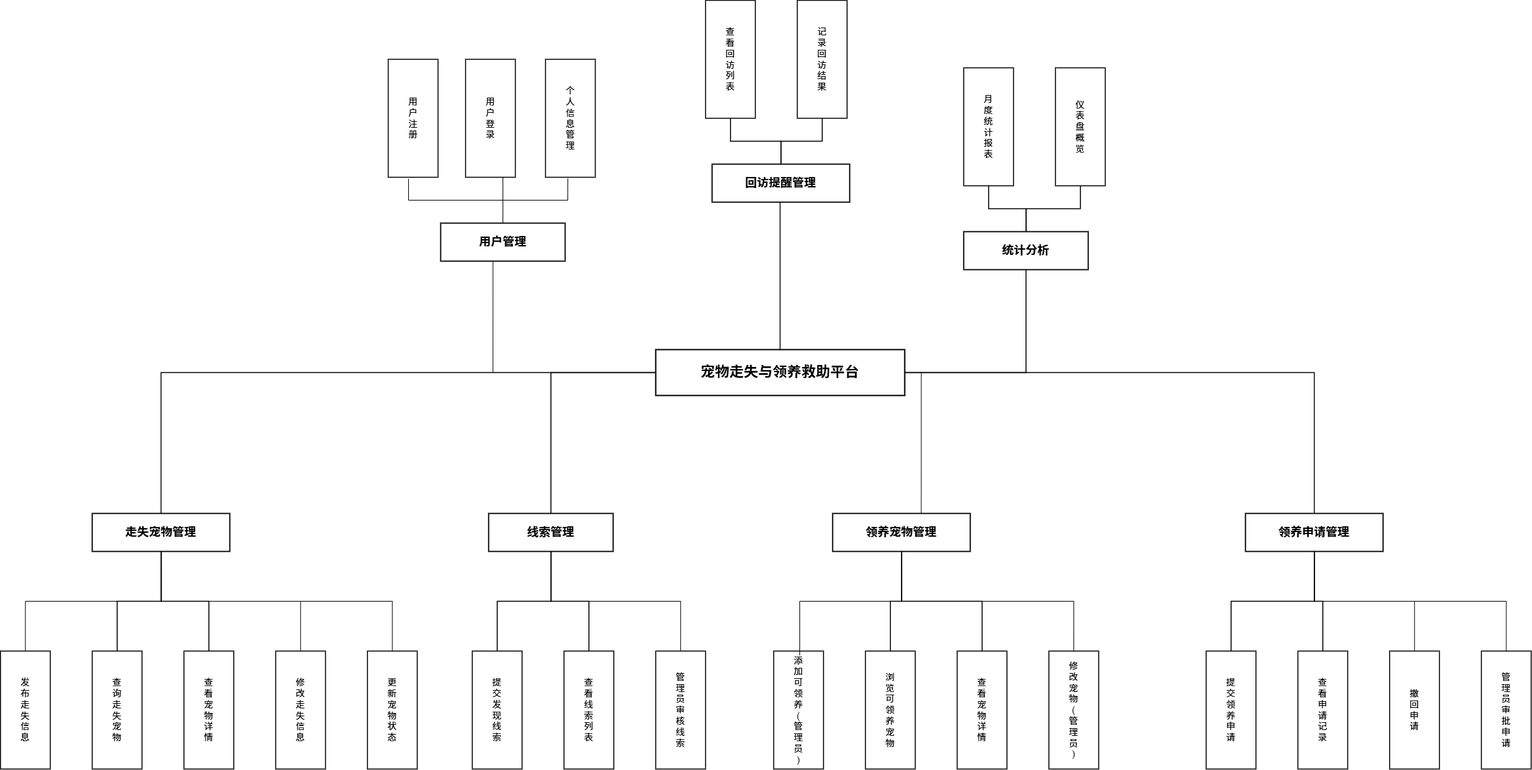
A-Words/pet-rescue-platform keeps this draw.io diagram as docs/images/fig1-3-functional-module-structure.drawio.png. Above is the earlier version. Source tidied: cells renumbered, new cells last; positions are measured from the earlier drawing's top-left corner, leaving out a move shared by most shapes.
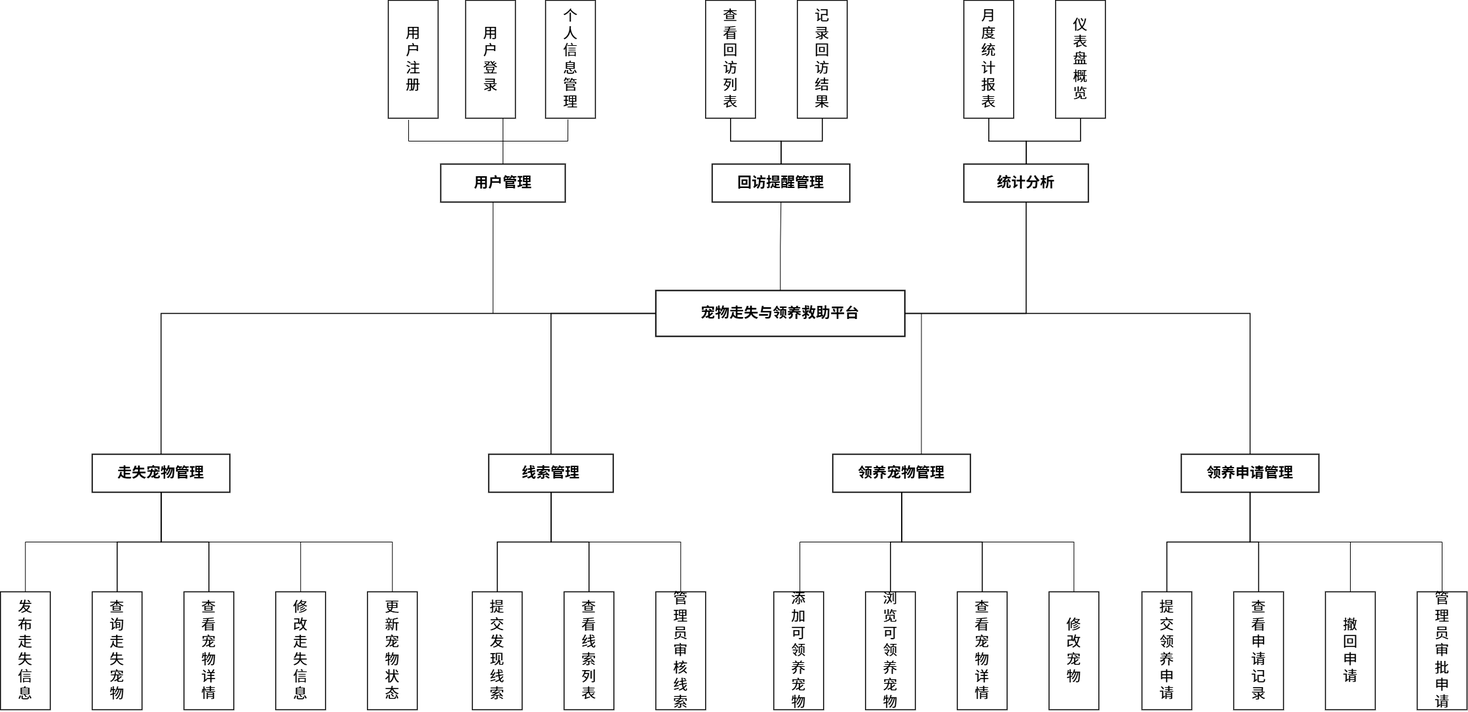
The same file after the commit.

Change to the diagram source:
```diff
@@ -4,2 +4,5 @@
     <mxCell id="1" parent="0" />
+    <mxCell id="63" style="edgeStyle=orthogonalEdgeStyle;rounded=0;jettySize=auto;html=1;exitX=0.5;exitY=0;exitDx=0;exitDy=0;entryX=0.5;entryY=1;entryDx=0;entryDy=0;endArrow=none;endFill=0;" parent="1" edge="1" source="2" target="5">
+      <mxGeometry relative="1" as="geometry" />
+    </mxCell>
     <mxCell id="2" value="宠物走失与领养救助平台" style="rounded=0;whiteSpace=wrap;html=1;fillColor=none;strokeColor=#000000;strokeWidth=2;fontColor=#000000;fontSize=22;fontStyle=1;" parent="1" vertex="1">
@@ -10,10 +13,10 @@
     </mxCell>
-    <mxCell id="4" value="用户管理" style="rounded=0;whiteSpace=wrap;html=1;fillColor=none;strokeColor=#000000;strokeWidth=1.8;fontColor=#000000;fontSize=18;fontStyle=1;" parent="1" vertex="1">
+    <mxCell id="4" value="&lt;font style=&quot;font-size: 22px;&quot;&gt;用户管理&lt;/font&gt;" style="rounded=0;whiteSpace=wrap;html=1;fillColor=none;strokeColor=#000000;strokeWidth=1.8;fontColor=#000000;fontSize=18;fontStyle=1;" parent="1" vertex="1">
       <mxGeometry x="672" y="340" width="190" height="58" as="geometry" />
     </mxCell>
-    <mxCell id="5" value="回访提醒管理" style="rounded=0;whiteSpace=wrap;html=1;fillColor=none;strokeColor=#000000;strokeWidth=1.8;fontColor=#000000;fontSize=18;fontStyle=1;" parent="1" vertex="1">
-      <mxGeometry x="1086.2" y="250" width="210" height="58" as="geometry" />
+    <mxCell id="5" value="&lt;font style=&quot;font-size: 22px;&quot;&gt;回访提醒管理&lt;/font&gt;" style="rounded=0;whiteSpace=wrap;html=1;fillColor=none;strokeColor=#000000;strokeWidth=1.8;fontColor=#000000;fontSize=18;fontStyle=1;" parent="1" vertex="1">
+      <mxGeometry x="1086.2" y="340" width="210" height="58" as="geometry" />
     </mxCell>
-    <mxCell id="6" value="统计分析" style="rounded=0;whiteSpace=wrap;html=1;fillColor=none;strokeColor=#000000;strokeWidth=1.8;fontColor=#000000;fontSize=18;fontStyle=1;" parent="1" vertex="1">
-      <mxGeometry x="1470.2" y="353" width="190" height="58" as="geometry" />
+    <mxCell id="6" value="&lt;font style=&quot;font-size: 22px;&quot;&gt;统计分析&lt;/font&gt;" style="rounded=0;whiteSpace=wrap;html=1;fillColor=none;strokeColor=#000000;strokeWidth=1.8;fontColor=#000000;fontSize=18;fontStyle=1;" parent="1" vertex="1">
+      <mxGeometry x="1470.2" y="340" width="190" height="58" as="geometry" />
     </mxCell>
@@ -28,3 +31,3 @@
     </mxCell>
-    <mxCell id="10" value="走失宠物管理" style="rounded=0;whiteSpace=wrap;html=1;fillColor=none;strokeColor=#000000;strokeWidth=1.8;fontColor=#000000;fontSize=18;fontStyle=1;" parent="1" vertex="1">
+    <mxCell id="10" value="&lt;font style=&quot;font-size: 22px;&quot;&gt;走失宠物管理&lt;/font&gt;" style="rounded=0;whiteSpace=wrap;html=1;fillColor=none;strokeColor=#000000;strokeWidth=1.8;fontColor=#000000;fontSize=18;fontStyle=1;" parent="1" vertex="1">
       <mxGeometry x="140.2" y="783" width="210" height="58" as="geometry" />
@@ -34,3 +37,3 @@
     </mxCell>
-    <mxCell id="12" value="线索管理" style="rounded=0;whiteSpace=wrap;html=1;fillColor=none;strokeColor=#000000;strokeWidth=1.8;fontColor=#000000;fontSize=18;fontStyle=1;" parent="1" vertex="1">
+    <mxCell id="12" value="&lt;font style=&quot;font-size: 22px;&quot;&gt;线索管理&lt;/font&gt;" style="rounded=0;whiteSpace=wrap;html=1;fillColor=none;strokeColor=#000000;strokeWidth=1.8;fontColor=#000000;fontSize=18;fontStyle=1;" parent="1" vertex="1">
       <mxGeometry x="745.2" y="783" width="190" height="58" as="geometry" />
@@ -40,3 +43,3 @@
     </mxCell>
-    <mxCell id="14" value="领养宠物管理" style="rounded=0;whiteSpace=wrap;html=1;fillColor=none;strokeColor=#000000;strokeWidth=1.8;fontColor=#000000;fontSize=18;fontStyle=1;" parent="1" vertex="1">
+    <mxCell id="14" value="&lt;font style=&quot;font-size: 22px;&quot;&gt;领养宠物管理&lt;/font&gt;" style="rounded=0;whiteSpace=wrap;html=1;fillColor=none;strokeColor=#000000;strokeWidth=1.8;fontColor=#000000;fontSize=18;fontStyle=1;" parent="1" vertex="1">
       <mxGeometry x="1270.2" y="783" width="210" height="58" as="geometry" />
@@ -49,73 +52,73 @@
     </mxCell>
-    <mxCell id="17" value="领养申请管理" style="rounded=0;whiteSpace=wrap;html=1;fillColor=none;strokeColor=#000000;strokeWidth=1.8;fontColor=#000000;fontSize=18;fontStyle=1;" parent="1" vertex="1">
-      <mxGeometry x="1900.2" y="783" width="210" height="58" as="geometry" />
+    <mxCell id="17" value="&lt;font style=&quot;font-size: 22px;&quot;&gt;领养申请管理&lt;/font&gt;" style="rounded=0;whiteSpace=wrap;html=1;fillColor=none;strokeColor=#000000;strokeWidth=1.8;fontColor=#000000;fontSize=18;fontStyle=1;" parent="1" vertex="1">
+      <mxGeometry x="1802" y="783" width="210" height="58" as="geometry" />
     </mxCell>
-    <mxCell id="18" value="用&lt;br/&gt;户&lt;br/&gt;注&lt;br/&gt;册" style="rounded=0;whiteSpace=wrap;html=1;fillColor=none;strokeColor=#000000;strokeWidth=1.5;fontColor=#000000;fontSize=14;" parent="1" vertex="1">
+    <mxCell id="18" value="&lt;font style=&quot;font-size: 22px;&quot;&gt;用&lt;br&gt;户&lt;br&gt;注&lt;br&gt;册&lt;/font&gt;" style="rounded=0;whiteSpace=wrap;html=1;fillColor=none;strokeColor=#000000;strokeWidth=1.5;fontColor=#000000;fontSize=14;" parent="1" vertex="1">
       <mxGeometry x="592" y="90" width="76" height="180" as="geometry" />
     </mxCell>
-    <mxCell id="19" value="用&lt;br/&gt;户&lt;br/&gt;登&lt;br/&gt;录" style="rounded=0;whiteSpace=wrap;html=1;fillColor=none;strokeColor=#000000;strokeWidth=1.5;fontColor=#000000;fontSize=14;" parent="1" vertex="1">
+    <mxCell id="19" value="&lt;font style=&quot;font-size: 22px;&quot;&gt;用&lt;br&gt;户&lt;br&gt;登&lt;br&gt;录&lt;/font&gt;" style="rounded=0;whiteSpace=wrap;html=1;fillColor=none;strokeColor=#000000;strokeWidth=1.5;fontColor=#000000;fontSize=14;" parent="1" vertex="1">
       <mxGeometry x="710" y="90" width="76" height="180" as="geometry" />
     </mxCell>
-    <mxCell id="20" value="个&lt;br/&gt;人&lt;br/&gt;信&lt;br/&gt;息&lt;br/&gt;管&lt;br/&gt;理" style="rounded=0;whiteSpace=wrap;html=1;fillColor=none;strokeColor=#000000;strokeWidth=1.5;fontColor=#000000;fontSize=14;" parent="1" vertex="1">
+    <mxCell id="20" value="&lt;font style=&quot;font-size: 22px;&quot;&gt;个&lt;br&gt;人&lt;br&gt;信&lt;br&gt;息&lt;br&gt;管&lt;br&gt;理&lt;/font&gt;" style="rounded=0;whiteSpace=wrap;html=1;fillColor=none;strokeColor=#000000;strokeWidth=1.5;fontColor=#000000;fontSize=14;" parent="1" vertex="1">
       <mxGeometry x="832" y="90" width="76" height="180" as="geometry" />
     </mxCell>
-    <mxCell id="21" value="查&lt;br/&gt;看&lt;br/&gt;回&lt;br/&gt;访&lt;br/&gt;列&lt;br/&gt;表" style="rounded=0;whiteSpace=wrap;html=1;fillColor=none;strokeColor=#000000;strokeWidth=1.5;fontColor=#000000;fontSize=14;" parent="1" vertex="1">
-      <mxGeometry x="1076.2" width="76" height="180" as="geometry" />
+    <mxCell id="21" value="&lt;font style=&quot;font-size: 22px;&quot;&gt;查&lt;br&gt;看&lt;br&gt;回&lt;br&gt;访&lt;br&gt;列&lt;br&gt;表&lt;/font&gt;" style="rounded=0;whiteSpace=wrap;html=1;fillColor=none;strokeColor=#000000;strokeWidth=1.5;fontColor=#000000;fontSize=14;" parent="1" vertex="1">
+      <mxGeometry x="1076.2" y="90" width="76" height="180" as="geometry" />
     </mxCell>
-    <mxCell id="22" value="记&lt;br/&gt;录&lt;br/&gt;回&lt;br/&gt;访&lt;br/&gt;结&lt;br/&gt;果" style="rounded=0;whiteSpace=wrap;html=1;fillColor=none;strokeColor=#000000;strokeWidth=1.5;fontColor=#000000;fontSize=14;" parent="1" vertex="1">
-      <mxGeometry x="1216.2" width="76" height="180" as="geometry" />
+    <mxCell id="22" value="&lt;font style=&quot;font-size: 22px;&quot;&gt;记&lt;br&gt;录&lt;br&gt;回&lt;br&gt;访&lt;br&gt;结&lt;br&gt;果&lt;/font&gt;" style="rounded=0;whiteSpace=wrap;html=1;fillColor=none;strokeColor=#000000;strokeWidth=1.5;fontColor=#000000;fontSize=14;" parent="1" vertex="1">
+      <mxGeometry x="1216.2" y="90" width="76" height="180" as="geometry" />
     </mxCell>
-    <mxCell id="23" value="月&lt;br/&gt;度&lt;br/&gt;统&lt;br/&gt;计&lt;br/&gt;报&lt;br/&gt;表" style="rounded=0;whiteSpace=wrap;html=1;fillColor=none;strokeColor=#000000;strokeWidth=1.5;fontColor=#000000;fontSize=14;" parent="1" vertex="1">
-      <mxGeometry x="1470.2" y="103" width="76" height="180" as="geometry" />
+    <mxCell id="23" value="&lt;font style=&quot;font-size: 22px;&quot;&gt;月&lt;br&gt;度&lt;br&gt;统&lt;br&gt;计&lt;br&gt;报&lt;br&gt;表&lt;/font&gt;" style="rounded=0;whiteSpace=wrap;html=1;fillColor=none;strokeColor=#000000;strokeWidth=1.5;fontColor=#000000;fontSize=14;" parent="1" vertex="1">
+      <mxGeometry x="1470.2" y="90" width="76" height="180" as="geometry" />
     </mxCell>
-    <mxCell id="24" value="仪&lt;br/&gt;表&lt;br/&gt;盘&lt;br/&gt;概&lt;br/&gt;览" style="rounded=0;whiteSpace=wrap;html=1;fillColor=none;strokeColor=#000000;strokeWidth=1.5;fontColor=#000000;fontSize=14;" parent="1" vertex="1">
-      <mxGeometry x="1610.2" y="103" width="76" height="180" as="geometry" />
+    <mxCell id="24" value="&lt;font style=&quot;font-size: 22px;&quot;&gt;仪&lt;br&gt;表&lt;br&gt;盘&lt;br&gt;概&lt;br&gt;览&lt;/font&gt;" style="rounded=0;whiteSpace=wrap;html=1;fillColor=none;strokeColor=#000000;strokeWidth=1.5;fontColor=#000000;fontSize=14;" parent="1" vertex="1">
+      <mxGeometry x="1610.2" y="90" width="76" height="180" as="geometry" />
     </mxCell>
-    <mxCell id="25" value="发&lt;br/&gt;布&lt;br/&gt;走&lt;br/&gt;失&lt;br/&gt;信&lt;br/&gt;息" style="rounded=0;whiteSpace=wrap;html=1;fillColor=none;strokeColor=#000000;strokeWidth=1.5;fontColor=#000000;fontSize=14;" parent="1" vertex="1">
+    <mxCell id="25" value="&lt;font style=&quot;font-size: 22px;&quot;&gt;发&lt;br&gt;布&lt;br&gt;走&lt;br&gt;失&lt;br&gt;信&lt;br&gt;息&lt;/font&gt;" style="rounded=0;whiteSpace=wrap;html=1;fillColor=none;strokeColor=#000000;strokeWidth=1.5;fontColor=#000000;fontSize=14;" parent="1" vertex="1">
       <mxGeometry x="0.2" y="993" width="76" height="180" as="geometry" />
     </mxCell>
-    <mxCell id="26" value="查&lt;br/&gt;询&lt;br/&gt;走&lt;br/&gt;失&lt;br/&gt;宠&lt;br/&gt;物" style="rounded=0;whiteSpace=wrap;html=1;fillColor=none;strokeColor=#000000;strokeWidth=1.5;fontColor=#000000;fontSize=14;" parent="1" vertex="1">
+    <mxCell id="26" value="&lt;font style=&quot;font-size: 22px;&quot;&gt;查&lt;br&gt;询&lt;br&gt;走&lt;br&gt;失&lt;br&gt;宠&lt;br&gt;物&lt;/font&gt;" style="rounded=0;whiteSpace=wrap;html=1;fillColor=none;strokeColor=#000000;strokeWidth=1.5;fontColor=#000000;fontSize=14;" parent="1" vertex="1">
       <mxGeometry x="140.2" y="993" width="76" height="180" as="geometry" />
     </mxCell>
-    <mxCell id="27" value="查&lt;br/&gt;看&lt;br/&gt;宠&lt;br/&gt;物&lt;br/&gt;详&lt;br/&gt;情" style="rounded=0;whiteSpace=wrap;html=1;fillColor=none;strokeColor=#000000;strokeWidth=1.5;fontColor=#000000;fontSize=14;" parent="1" vertex="1">
+    <mxCell id="27" value="&lt;font style=&quot;font-size: 22px;&quot;&gt;查&lt;br&gt;看&lt;br&gt;宠&lt;br&gt;物&lt;br&gt;详&lt;br&gt;情&lt;/font&gt;" style="rounded=0;whiteSpace=wrap;html=1;fillColor=none;strokeColor=#000000;strokeWidth=1.5;fontColor=#000000;fontSize=14;" parent="1" vertex="1">
       <mxGeometry x="280.2" y="993" width="76" height="180" as="geometry" />
     </mxCell>
-    <mxCell id="28" value="修&lt;br/&gt;改&lt;br/&gt;走&lt;br/&gt;失&lt;br/&gt;信&lt;br/&gt;息" style="rounded=0;whiteSpace=wrap;html=1;fillColor=none;strokeColor=#000000;strokeWidth=1.5;fontColor=#000000;fontSize=14;" parent="1" vertex="1">
+    <mxCell id="28" value="&lt;font style=&quot;font-size: 22px;&quot;&gt;修&lt;br&gt;改&lt;br&gt;走&lt;br&gt;失&lt;br&gt;信&lt;br&gt;息&lt;/font&gt;" style="rounded=0;whiteSpace=wrap;html=1;fillColor=none;strokeColor=#000000;strokeWidth=1.5;fontColor=#000000;fontSize=14;" parent="1" vertex="1">
       <mxGeometry x="420.2" y="993" width="76" height="180" as="geometry" />
     </mxCell>
-    <mxCell id="29" value="更&lt;br/&gt;新&lt;br/&gt;宠&lt;br/&gt;物&lt;br/&gt;状&lt;br/&gt;态" style="rounded=0;whiteSpace=wrap;html=1;fillColor=none;strokeColor=#000000;strokeWidth=1.5;fontColor=#000000;fontSize=14;" parent="1" vertex="1">
+    <mxCell id="29" value="&lt;font style=&quot;font-size: 22px;&quot;&gt;更&lt;br&gt;新&lt;br&gt;宠&lt;br&gt;物&lt;br&gt;状&lt;br&gt;态&lt;/font&gt;" style="rounded=0;whiteSpace=wrap;html=1;fillColor=none;strokeColor=#000000;strokeWidth=1.5;fontColor=#000000;fontSize=14;" parent="1" vertex="1">
       <mxGeometry x="560.2" y="993" width="76" height="180" as="geometry" />
     </mxCell>
-    <mxCell id="30" value="提&lt;br/&gt;交&lt;br/&gt;发&lt;br/&gt;现&lt;br/&gt;线&lt;br/&gt;索" style="rounded=0;whiteSpace=wrap;html=1;fillColor=none;strokeColor=#000000;strokeWidth=1.5;fontColor=#000000;fontSize=14;" parent="1" vertex="1">
+    <mxCell id="30" value="&lt;font style=&quot;font-size: 22px;&quot;&gt;提&lt;br&gt;交&lt;br&gt;发&lt;br&gt;现&lt;br&gt;线&lt;br&gt;索&lt;/font&gt;" style="rounded=0;whiteSpace=wrap;html=1;fillColor=none;strokeColor=#000000;strokeWidth=1.5;fontColor=#000000;fontSize=14;" parent="1" vertex="1">
       <mxGeometry x="720.2" y="993" width="76" height="180" as="geometry" />
     </mxCell>
-    <mxCell id="31" value="查&lt;br/&gt;看&lt;br/&gt;线&lt;br/&gt;索&lt;br/&gt;列&lt;br/&gt;表" style="rounded=0;whiteSpace=wrap;html=1;fillColor=none;strokeColor=#000000;strokeWidth=1.5;fontColor=#000000;fontSize=14;" parent="1" vertex="1">
+    <mxCell id="31" value="&lt;font style=&quot;font-size: 22px;&quot;&gt;查&lt;br&gt;看&lt;br&gt;线&lt;br&gt;索&lt;br&gt;列&lt;br&gt;表&lt;/font&gt;" style="rounded=0;whiteSpace=wrap;html=1;fillColor=none;strokeColor=#000000;strokeWidth=1.5;fontColor=#000000;fontSize=14;" parent="1" vertex="1">
       <mxGeometry x="860.2" y="993" width="76" height="180" as="geometry" />
     </mxCell>
-    <mxCell id="32" value="管&lt;br/&gt;理&lt;br/&gt;员&lt;br/&gt;审&lt;br/&gt;核&lt;br/&gt;线&lt;br/&gt;索" style="rounded=0;whiteSpace=wrap;html=1;fillColor=none;strokeColor=#000000;strokeWidth=1.5;fontColor=#000000;fontSize=14;" parent="1" vertex="1">
+    <mxCell id="32" value="&lt;font style=&quot;font-size: 22px;&quot;&gt;管&lt;br&gt;理&lt;br&gt;员&lt;br&gt;审&lt;br&gt;核&lt;br&gt;线&lt;br&gt;索&lt;/font&gt;" style="rounded=0;whiteSpace=wrap;html=1;fillColor=none;strokeColor=#000000;strokeWidth=1.5;fontColor=#000000;fontSize=14;" parent="1" vertex="1">
       <mxGeometry x="1000.2" y="993" width="76" height="180" as="geometry" />
     </mxCell>
-    <mxCell id="33" value="添&lt;br/&gt;加&lt;br/&gt;可&lt;br/&gt;领&lt;br/&gt;养&lt;br/&gt;(&lt;br/&gt;管&lt;br/&gt;理&lt;br/&gt;员&lt;br/&gt;)" style="rounded=0;whiteSpace=wrap;html=1;fillColor=none;strokeColor=#000000;strokeWidth=1.5;fontColor=#000000;fontSize=14;" parent="1" vertex="1">
+    <mxCell id="33" value="&lt;font style=&quot;font-size: 22px;&quot;&gt;添&lt;br&gt;加&lt;br&gt;可&lt;br&gt;领&lt;br&gt;养&lt;br&gt;&lt;/font&gt;&lt;div&gt;&lt;font style=&quot;font-size: 22px;&quot;&gt;宠&lt;/font&gt;&lt;/div&gt;&lt;div&gt;&lt;font style=&quot;font-size: 22px;&quot;&gt;物&lt;/font&gt;&lt;/div&gt;" style="rounded=0;whiteSpace=wrap;html=1;fillColor=none;strokeColor=#000000;strokeWidth=1.5;fontColor=#000000;fontSize=14;" parent="1" vertex="1">
       <mxGeometry x="1180.2" y="993" width="76" height="180" as="geometry" />
     </mxCell>
-    <mxCell id="34" value="浏&lt;br/&gt;览&lt;br/&gt;可&lt;br/&gt;领&lt;br/&gt;养&lt;br/&gt;宠&lt;br/&gt;物" style="rounded=0;whiteSpace=wrap;html=1;fillColor=none;strokeColor=#000000;strokeWidth=1.5;fontColor=#000000;fontSize=14;" parent="1" vertex="1">
+    <mxCell id="34" value="&lt;font style=&quot;font-size: 22px;&quot;&gt;浏&lt;br&gt;览&lt;br&gt;可&lt;br&gt;领&lt;br&gt;养&lt;br&gt;宠&lt;br&gt;物&lt;/font&gt;" style="rounded=0;whiteSpace=wrap;html=1;fillColor=none;strokeColor=#000000;strokeWidth=1.5;fontColor=#000000;fontSize=14;" parent="1" vertex="1">
       <mxGeometry x="1320.2" y="993" width="76" height="180" as="geometry" />
     </mxCell>
-    <mxCell id="35" value="查&lt;br/&gt;看&lt;br/&gt;宠&lt;br/&gt;物&lt;br/&gt;详&lt;br/&gt;情" style="rounded=0;whiteSpace=wrap;html=1;fillColor=none;strokeColor=#000000;strokeWidth=1.5;fontColor=#000000;fontSize=14;" parent="1" vertex="1">
+    <mxCell id="35" value="&lt;font style=&quot;font-size: 22px;&quot;&gt;查&lt;br&gt;看&lt;br&gt;宠&lt;br&gt;物&lt;br&gt;详&lt;br&gt;情&lt;/font&gt;" style="rounded=0;whiteSpace=wrap;html=1;fillColor=none;strokeColor=#000000;strokeWidth=1.5;fontColor=#000000;fontSize=14;" parent="1" vertex="1">
       <mxGeometry x="1460.2" y="993" width="76" height="180" as="geometry" />
     </mxCell>
-    <mxCell id="36" value="修&lt;br/&gt;改&lt;br/&gt;宠&lt;br/&gt;物&lt;br/&gt;(&lt;br/&gt;管&lt;br/&gt;理&lt;br/&gt;员&lt;br/&gt;)" style="rounded=0;whiteSpace=wrap;html=1;fillColor=none;strokeColor=#000000;strokeWidth=1.5;fontColor=#000000;fontSize=14;" parent="1" vertex="1">
+    <mxCell id="36" value="&lt;font style=&quot;font-size: 22px;&quot;&gt;修&lt;br&gt;改&lt;br&gt;宠&lt;br&gt;物&lt;/font&gt;" style="rounded=0;whiteSpace=wrap;html=1;fillColor=none;strokeColor=#000000;strokeWidth=1.5;fontColor=#000000;fontSize=14;" parent="1" vertex="1">
       <mxGeometry x="1600.2" y="993" width="76" height="180" as="geometry" />
     </mxCell>
-    <mxCell id="37" value="提&lt;br/&gt;交&lt;br/&gt;领&lt;br/&gt;养&lt;br/&gt;申&lt;br/&gt;请" style="rounded=0;whiteSpace=wrap;html=1;fillColor=none;strokeColor=#000000;strokeWidth=1.5;fontColor=#000000;fontSize=14;" parent="1" vertex="1">
-      <mxGeometry x="1840.2" y="993" width="76" height="180" as="geometry" />
+    <mxCell id="37" value="&lt;font style=&quot;font-size: 22px;&quot;&gt;提&lt;br&gt;交&lt;br&gt;领&lt;br&gt;养&lt;br&gt;申&lt;br&gt;请&lt;/font&gt;" style="rounded=0;whiteSpace=wrap;html=1;fillColor=none;strokeColor=#000000;strokeWidth=1.5;fontColor=#000000;fontSize=14;" parent="1" vertex="1">
+      <mxGeometry x="1742" y="993" width="76" height="180" as="geometry" />
     </mxCell>
-    <mxCell id="38" value="查&lt;br/&gt;看&lt;br/&gt;申&lt;br/&gt;请&lt;br/&gt;记&lt;br/&gt;录" style="rounded=0;whiteSpace=wrap;html=1;fillColor=none;strokeColor=#000000;strokeWidth=1.5;fontColor=#000000;fontSize=14;" parent="1" vertex="1">
-      <mxGeometry x="1980.2" y="993" width="76" height="180" as="geometry" />
+    <mxCell id="38" value="&lt;font style=&quot;font-size: 22px;&quot;&gt;查&lt;br&gt;看&lt;br&gt;申&lt;br&gt;请&lt;br&gt;记&lt;br&gt;录&lt;/font&gt;" style="rounded=0;whiteSpace=wrap;html=1;fillColor=none;strokeColor=#000000;strokeWidth=1.5;fontColor=#000000;fontSize=14;" parent="1" vertex="1">
+      <mxGeometry x="1882" y="993" width="76" height="180" as="geometry" />
     </mxCell>
-    <mxCell id="39" value="撤&lt;br/&gt;回&lt;br/&gt;申&lt;br/&gt;请" style="rounded=0;whiteSpace=wrap;html=1;fillColor=none;strokeColor=#000000;strokeWidth=1.5;fontColor=#000000;fontSize=14;" parent="1" vertex="1">
-      <mxGeometry x="2120.2" y="993" width="76" height="180" as="geometry" />
+    <mxCell id="39" value="&lt;font style=&quot;font-size: 22px;&quot;&gt;撤&lt;br&gt;回&lt;br&gt;申&lt;br&gt;请&lt;/font&gt;" style="rounded=0;whiteSpace=wrap;html=1;fillColor=none;strokeColor=#000000;strokeWidth=1.5;fontColor=#000000;fontSize=14;" parent="1" vertex="1">
+      <mxGeometry x="2022" y="993" width="76" height="180" as="geometry" />
     </mxCell>
-    <mxCell id="40" value="管&lt;br/&gt;理&lt;br/&gt;员&lt;br/&gt;审&lt;br/&gt;批&lt;br/&gt;申&lt;br/&gt;请" style="rounded=0;whiteSpace=wrap;html=1;fillColor=none;strokeColor=#000000;strokeWidth=1.5;fontColor=#000000;fontSize=14;" parent="1" vertex="1">
-      <mxGeometry x="2260.2" y="993" width="76" height="180" as="geometry" />
+    <mxCell id="40" value="&lt;font style=&quot;font-size: 22px;&quot;&gt;管&lt;br&gt;理&lt;br&gt;员&lt;br&gt;审&lt;br&gt;批&lt;br&gt;申&lt;br&gt;请&lt;/font&gt;" style="rounded=0;whiteSpace=wrap;html=1;fillColor=none;strokeColor=#000000;strokeWidth=1.5;fontColor=#000000;fontSize=14;" parent="1" vertex="1">
+      <mxGeometry x="2162" y="993" width="76" height="180" as="geometry" />
     </mxCell>
@@ -133,9 +136,2 @@
     </mxCell>
-    <mxCell id="45" style="edgeStyle=orthogonalEdgeStyle;rounded=0;jettySize=auto;html=1;curved=0;endArrow=none;strokeColor=#000000;strokeWidth=1.4;" parent="1" edge="1" source="5" target="2">
-      <mxGeometry relative="1" as="geometry">
-        <Array as="points">
-          <mxPoint x="1190" y="324" />
-        </Array>
-      </mxGeometry>
-    </mxCell>
     <mxCell id="46" style="edgeStyle=orthogonalEdgeStyle;rounded=0;jettySize=auto;html=1;curved=0;endArrow=none;strokeColor=#000000;strokeWidth=1.4;" parent="1" edge="1" source="6" target="2">
```
